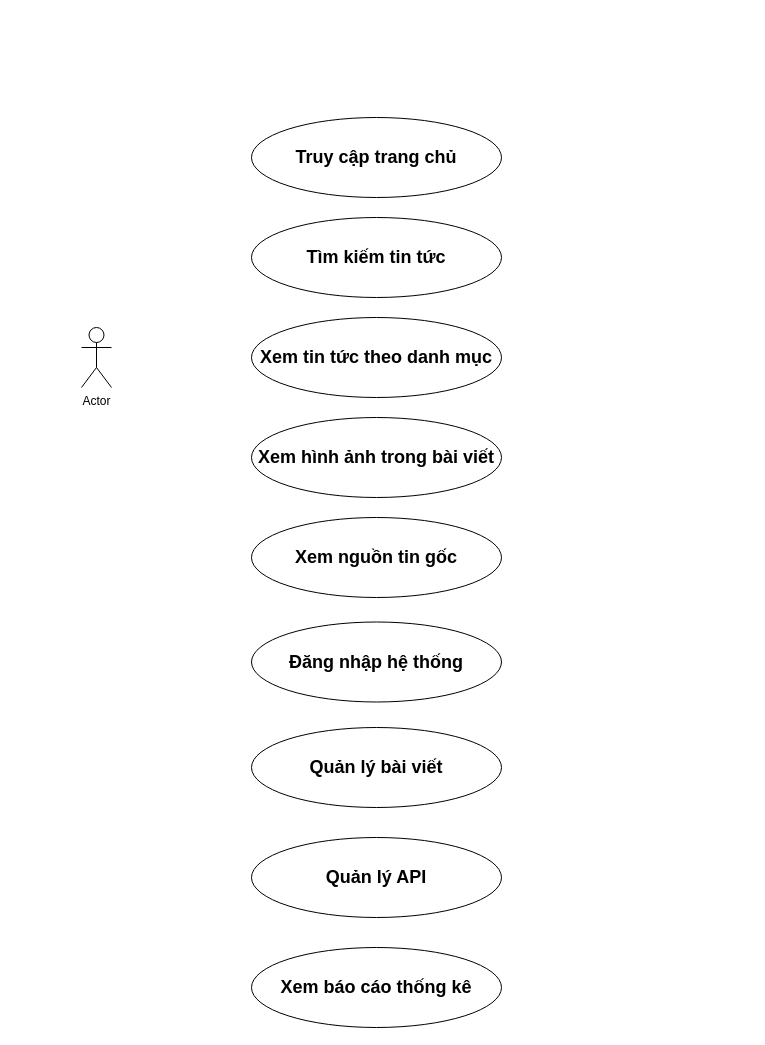
minhtienth15/mynote keeps this draw.io diagram as Biểu đồ không có tiêu đề.drawio. Above is the earlier version. Source tidied: cells renumbered, new cells numbered last; positions are measured from the earlier drawing's top-left corner, leaving out a move shared by most shapes. Both pictures are drawn from the tidied source at 100%, with x=0, y=0 at pixel (81, 117).
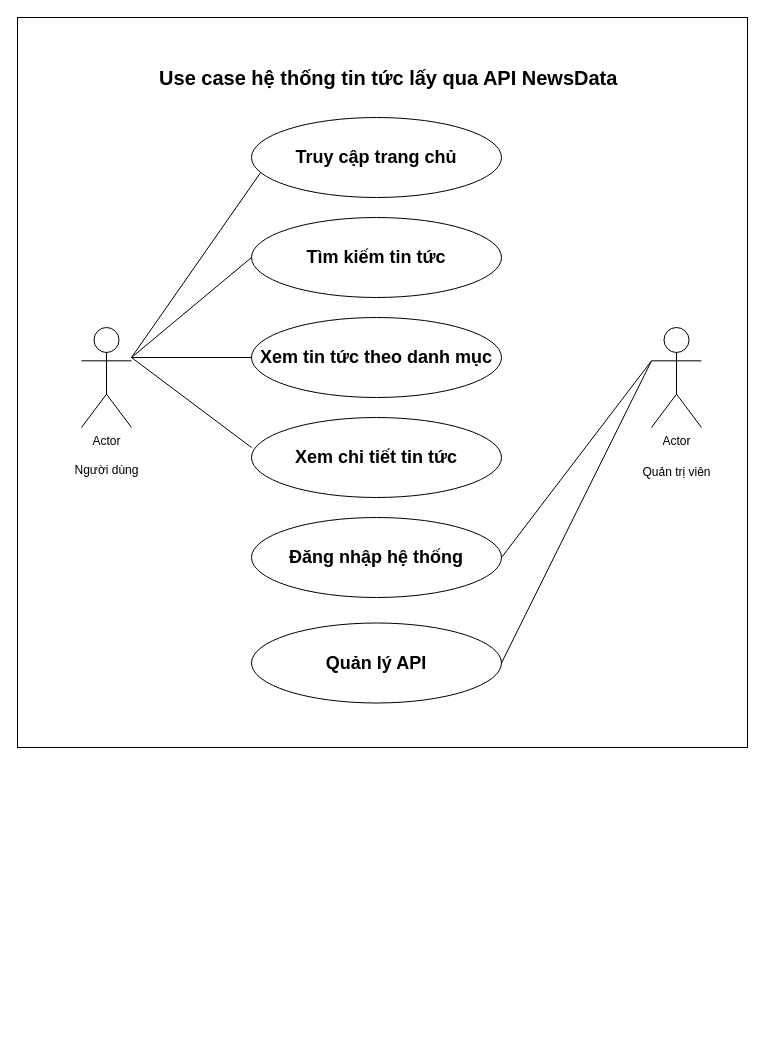
The same diagram, later.

Commit message:
Cập nhật Biểu đồ không có tiêu đề.drawio

Unchanged cells that the change refers to:
```xml
<mxCell id="3" value="&lt;h2&gt;Truy cập trang chủ&lt;/h2&gt;" style="ellipse;whiteSpace=wrap;html=1;" parent="1" vertex="1">
  <mxGeometry x="170" width="250" height="80" as="geometry" />
</mxCell>
<mxCell id="4" value="&lt;h2&gt;Tìm kiếm tin tức&lt;/h2&gt;" style="ellipse;whiteSpace=wrap;html=1;" parent="1" vertex="1">
  <mxGeometry x="170" y="100" width="250" height="80" as="geometry" />
</mxCell>
<mxCell id="5" value="&lt;h2&gt;Xem tin tức theo danh mục&lt;/h2&gt;" style="ellipse;whiteSpace=wrap;html=1;" parent="1" vertex="1">
  <mxGeometry x="170" y="200" width="250" height="80" as="geometry" />
</mxCell>
```

What changed in the source:
```diff
@@
     <mxCell id="2" value="Actor" style="shape=umlActor;verticalLabelPosition=bottom;verticalAlign=top;html=1;" parent="1" vertex="1">
-      <mxGeometry y="210" width="30" height="60" as="geometry" />
+      <mxGeometry y="210" width="50" height="100" as="geometry" />
     </mxCell>
@@
-    <mxCell id="6" value="&lt;h2&gt;Xem hình ảnh trong bài viết&lt;/h2&gt;" style="ellipse;whiteSpace=wrap;html=1;" parent="1" vertex="1">
+    <mxCell id="6" value="&lt;h2&gt;Xem chi tiết tin tức&lt;/h2&gt;" style="ellipse;whiteSpace=wrap;html=1;" parent="1" vertex="1">
       <mxGeometry x="170" y="300" width="250" height="80" as="geometry" />
     </mxCell>
-    <mxCell id="7" value="&lt;h2&gt;Xem nguồn tin gốc&lt;/h2&gt;" style="ellipse;whiteSpace=wrap;html=1;" parent="1" vertex="1">
-      <mxGeometry x="170" y="400" width="250" height="80" as="geometry" />
-    </mxCell>
     <mxCell id="8" value="&lt;h2&gt;Đăng nhập hệ thống&lt;/h2&gt;" style="ellipse;whiteSpace=wrap;html=1;" parent="1" vertex="1">
-      <mxGeometry x="170" y="504.5" width="250" height="80" as="geometry" />
+      <mxGeometry x="170" y="400" width="250" height="80" as="geometry" />
     </mxCell>
-    <mxCell id="9" value="&lt;h2&gt;Quản lý bài viết&lt;/h2&gt;" style="ellipse;whiteSpace=wrap;html=1;" parent="1" vertex="1">
-      <mxGeometry x="170" y="610" width="250" height="80" as="geometry" />
-    </mxCell>
     <mxCell id="10" value="&lt;h2&gt;Quản lý API&lt;/h2&gt;" style="ellipse;whiteSpace=wrap;html=1;" parent="1" vertex="1">
-      <mxGeometry x="170" y="720" width="250" height="80" as="geometry" />
+      <mxGeometry x="170" y="505.5" width="250" height="80" as="geometry" />
     </mxCell>
-    <mxCell id="11" value="&lt;h2&gt;Xem báo cáo thống kê&lt;/h2&gt;" style="ellipse;whiteSpace=wrap;html=1;" parent="1" vertex="1">
-      <mxGeometry x="170" y="830" width="250" height="80" as="geometry" />
-    </mxCell>
+    <mxCell id="12" value="Người dùng&lt;div&gt;&lt;br&gt;&lt;/div&gt;" style="text;html=1;align=center;verticalAlign=middle;strokeColor=none;fillColor=none;" parent="1" vertex="1">
+      <mxGeometry x="-20" y="340" width="90" height="40" as="geometry" />
+    </mxCell>
+    <mxCell id="13" value="Actor" style="shape=umlActor;verticalLabelPosition=bottom;verticalAlign=top;html=1;outlineConnect=0;" parent="1" vertex="1">
+      <mxGeometry x="570" y="210" width="50" height="100" as="geometry" />
+    </mxCell>
+    <mxCell id="14" value="&lt;div&gt;Quản trị viên&lt;/div&gt;" style="text;html=1;align=center;verticalAlign=middle;strokeColor=none;fillColor=none;" parent="1" vertex="1">
+      <mxGeometry x="550" y="340" width="90" height="30" as="geometry" />
+    </mxCell>
+    <mxCell id="15" style="endArrow=none;html=1;rounded=0;entryX=0.035;entryY=0.695;entryDx=0;entryDy=0;entryPerimeter=0;" parent="1" edge="1" target="3">
+      <mxGeometry relative="1" as="geometry">
+        <mxPoint x="50" y="240" as="sourcePoint" />
+      </mxGeometry>
+    </mxCell>
+    <mxCell id="16" style="endArrow=none;html=1;rounded=0;entryX=0;entryY=0.5;entryDx=0;entryDy=0;" parent="1" edge="1" target="4">
+      <mxGeometry relative="1" as="geometry">
+        <mxPoint x="50" y="240" as="sourcePoint" />
+      </mxGeometry>
+    </mxCell>
+    <mxCell id="17" style="endArrow=none;html=1;rounded=0;entryX=0;entryY=0.5;entryDx=0;entryDy=0;" parent="1" edge="1" target="5">
+      <mxGeometry relative="1" as="geometry">
+        <mxPoint x="50" y="240" as="sourcePoint" />
+      </mxGeometry>
+    </mxCell>
+    <mxCell id="18" style="endArrow=none;html=1;rounded=0;entryX=0;entryY=0.375;entryDx=0;entryDy=0;entryPerimeter=0;" parent="1" edge="1" target="6">
+      <mxGeometry relative="1" as="geometry">
+        <mxPoint x="50" y="240" as="sourcePoint" />
+      </mxGeometry>
+    </mxCell>
+    <mxCell id="19" style="endArrow=none;html=1;rounded=0;entryX=1;entryY=0.5;entryDx=0;entryDy=0;exitX=0;exitY=0.3333333333333333;exitDx=0;exitDy=0;exitPerimeter=0;" parent="1" edge="1" source="13" target="8">
+      <mxGeometry relative="1" as="geometry" />
+    </mxCell>
+    <mxCell id="20" style="endArrow=none;html=1;rounded=0;entryX=1;entryY=0.5;entryDx=0;entryDy=0;exitX=0;exitY=0.3333333333333333;exitDx=0;exitDy=0;exitPerimeter=0;" parent="1" edge="1" source="13" target="10">
+      <mxGeometry relative="1" as="geometry" />
+    </mxCell>
+    <mxCell id="21" style="rounded=0;whiteSpace=wrap;html=1;fillColor=none;" parent="1" vertex="1">
+      <mxGeometry x="-64" y="-100" width="730" height="730" as="geometry" />
+    </mxCell>
+    <mxCell id="22" value="&lt;b&gt;Use case hệ thống tin tức lấy qua API NewsData&amp;nbsp;&lt;/b&gt;" style="text;html=1;align=center;verticalAlign=middle;whiteSpace=wrap;rounded=0;fontSize=20;" parent="1" vertex="1">
+      <mxGeometry x="-10" y="-60" width="640" height="40" as="geometry" />
+    </mxCell>
```
